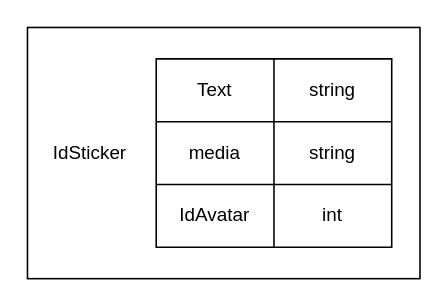
Before: NoAM/collection-sticker.drawio in Antonet99/noSQL-Snapchat, a draw.io diagram. Source tidied: cells renumbered, new cells numbered last; positions are measured from the earlier drawing's top-left corner, leaving out a move shared by most shapes. Both pictures are drawn from the tidied source at 157%, with x=0, y=0 at pixel (27, 27).
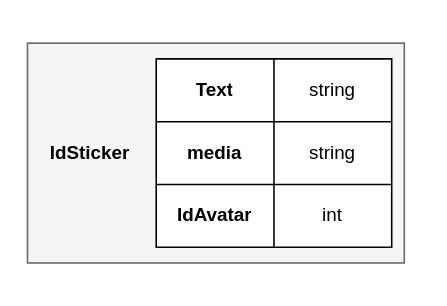
The same page after the edit.

Diff of the diagram source:
```diff
@@
 <mxGraphModel>
   <root>
     <mxCell id="0" />
     <mxCell id="1" parent="0" />
-    <mxCell id="2" style="rounded=0;whiteSpace=wrap;html=1;" parent="1" vertex="1">
-      <mxGeometry width="250" height="160" as="geometry" />
+    <mxCell id="2" style="rounded=0;whiteSpace=wrap;html=1;fillColor=#f5f5f5;fontColor=#333333;strokeColor=#666666;" parent="1" vertex="1">
+      <mxGeometry y="10" width="240" height="140" as="geometry" />
     </mxCell>
-    <mxCell id="3" value="IdSticker" style="text;html=1;strokeColor=none;fillColor=none;align=center;verticalAlign=middle;whiteSpace=wrap;rounded=0;" parent="1" vertex="1">
+    <mxCell id="3" value="&lt;b&gt;IdSticker&lt;/b&gt;" style="text;html=1;strokeColor=none;fillColor=none;align=center;verticalAlign=middle;whiteSpace=wrap;rounded=0;" parent="1" vertex="1">
       <mxGeometry x="10" y="65" width="60" height="30" as="geometry" />
     </mxCell>
     <mxCell id="4" style="shape=table;startSize=0;childLayout=tableLayout;" parent="1" vertex="1">
       <mxGeometry x="82" y="20" width="150" height="120" as="geometry" />
     </mxCell>
     <mxCell id="5" style="shape=tableRow;horizontal=0;startSize=0;swimlaneHead=0;swimlaneBody=0;strokeColor=inherit;top=0;left=0;bottom=0;right=0;fillColor=none;" parent="4" vertex="1">
       <mxGeometry width="150" height="40" as="geometry" />
     </mxCell>
-    <mxCell id="6" value="Text" style="shape=partialRectangle;html=1;whiteSpace=wrap;strokeColor=inherit;overflow=hidden;fillColor=none;top=0;left=0;bottom=0;right=0;" parent="5" vertex="1">
+    <mxCell id="6" value="&lt;b&gt;Text&lt;/b&gt;" style="shape=partialRectangle;html=1;whiteSpace=wrap;strokeColor=inherit;overflow=hidden;fillColor=none;top=0;left=0;bottom=0;right=0;" parent="5" vertex="1">
       <mxGeometry width="75" height="40" as="geometry" />
     </mxCell>
     <mxCell id="7" value="string" style="shape=partialRectangle;html=1;whiteSpace=wrap;strokeColor=inherit;overflow=hidden;fillColor=none;top=0;left=0;bottom=0;right=0;" parent="5" vertex="1">
       <mxGeometry x="75" width="75" height="40" as="geometry" />
     </mxCell>
     <mxCell id="8" style="shape=tableRow;horizontal=0;startSize=0;swimlaneHead=0;swimlaneBody=0;strokeColor=inherit;top=0;left=0;bottom=0;right=0;fillColor=none;" parent="4" vertex="1">
       <mxGeometry y="40" width="150" height="40" as="geometry" />
     </mxCell>
-    <mxCell id="9" value="media" style="shape=partialRectangle;html=1;whiteSpace=wrap;strokeColor=inherit;overflow=hidden;fillColor=none;top=0;left=0;bottom=0;right=0;" parent="8" vertex="1">
+    <mxCell id="9" value="&lt;b&gt;media&lt;/b&gt;" style="shape=partialRectangle;html=1;whiteSpace=wrap;strokeColor=inherit;overflow=hidden;fillColor=none;top=0;left=0;bottom=0;right=0;" parent="8" vertex="1">
       <mxGeometry width="75" height="40" as="geometry" />
     </mxCell>
     <mxCell id="10" value="string" style="shape=partialRectangle;html=1;whiteSpace=wrap;strokeColor=inherit;overflow=hidden;fillColor=none;top=0;left=0;bottom=0;right=0;" parent="8" vertex="1">
       <mxGeometry x="75" width="75" height="40" as="geometry" />
     </mxCell>
     <mxCell id="11" style="shape=tableRow;horizontal=0;startSize=0;swimlaneHead=0;swimlaneBody=0;strokeColor=inherit;top=0;left=0;bottom=0;right=0;fillColor=none;" parent="4" vertex="1">
       <mxGeometry y="80" width="150" height="40" as="geometry" />
     </mxCell>
-    <mxCell id="12" value="IdAvatar" style="shape=partialRectangle;html=1;whiteSpace=wrap;strokeColor=inherit;overflow=hidden;fillColor=none;top=0;left=0;bottom=0;right=0;" parent="11" vertex="1">
+    <mxCell id="12" value="&lt;b&gt;IdAvatar&lt;/b&gt;" style="shape=partialRectangle;html=1;whiteSpace=wrap;strokeColor=inherit;overflow=hidden;fillColor=none;top=0;left=0;bottom=0;right=0;" parent="11" vertex="1">
       <mxGeometry width="75" height="40" as="geometry" />
     </mxCell>
     <mxCell id="13" value="int" style="shape=partialRectangle;html=1;whiteSpace=wrap;strokeColor=inherit;overflow=hidden;fillColor=none;top=0;left=0;bottom=0;right=0;" parent="11" vertex="1">
       <mxGeometry x="75" width="75" height="40" as="geometry" />
     </mxCell>
   </root>
 </mxGraphModel>
```
